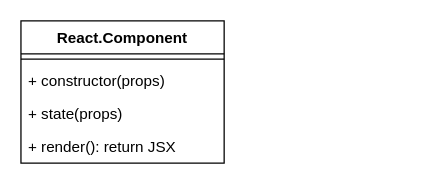
The draw.io diagram page "05 - stateful component" (5 of 12) of Diagram.drawio in f2xiao/learn-react, before the edit. Source tidied: cells renumbered, new cells numbered last; positions are measured from the earlier drawing's top-left corner, leaving out a move shared by most shapes. Both pictures are drawn from the tidied source at 127%, with x=0, y=0 at pixel (20, 20).
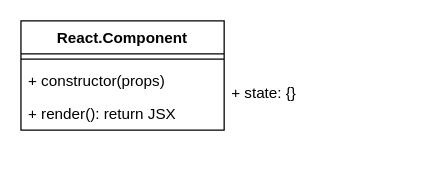
The same page after the edit.

The edit, as a diff of the source:
```diff
@@
 <mxGraphModel>
   <root>
     <mxCell id="0" />
     <mxCell id="1" parent="0" />
     <mxCell id="2" value="React.Component" style="swimlane;fontStyle=1;align=center;verticalAlign=top;horizontal=1;startSize=26;" parent="1" vertex="1">
-      <mxGeometry width="160" height="112" as="geometry" />
+      <mxGeometry width="160" height="86" as="geometry" />
     </mxCell>
     <mxCell id="3" style="line;strokeWidth=1;fillColor=none;align=left;verticalAlign=middle;spacingTop=-1;spacingLeft=3;spacingRight=3;labelPosition=right;" parent="2" vertex="1">
       <mxGeometry y="26" width="160" height="8" as="geometry" />
     </mxCell>
     <mxCell id="4" value="+ constructor(props)" style="text;strokeColor=none;fillColor=none;align=left;verticalAlign=top;spacingLeft=4;spacingRight=4;overflow=hidden;" parent="2" vertex="1">
       <mxGeometry y="34" width="160" height="26" as="geometry" />
     </mxCell>
+    <mxCell id="6" value="+ render(): return JSX&#10;" style="text;strokeColor=none;fillColor=none;align=left;verticalAlign=top;spacingLeft=4;spacingRight=4;overflow=hidden;" parent="2" vertex="1">
+      <mxGeometry y="60" width="160" height="26" as="geometry" />
+    </mxCell>
-    <mxCell id="5" value="+ state(props)" style="text;strokeColor=none;fillColor=none;align=left;verticalAlign=top;spacingLeft=4;spacingRight=4;overflow=hidden;" parent="2" vertex="1">
-      <mxGeometry y="60" width="160" height="26" as="geometry" />
+    <mxCell id="5" value="+ state: {}" style="text;strokeColor=none;fillColor=none;align=left;verticalAlign=top;spacingLeft=4;spacingRight=4;overflow=hidden;" parent="1" vertex="1">
+      <mxGeometry x="160" y="43" width="160" height="26" as="geometry" />
     </mxCell>
-    <mxCell id="6" value="+ render(): return JSX&#10;" style="text;strokeColor=none;fillColor=none;align=left;verticalAlign=top;spacingLeft=4;spacingRight=4;overflow=hidden;" parent="2" vertex="1">
-      <mxGeometry y="86" width="160" height="26" as="geometry" />
-    </mxCell>
   </root>
 </mxGraphModel>
```
